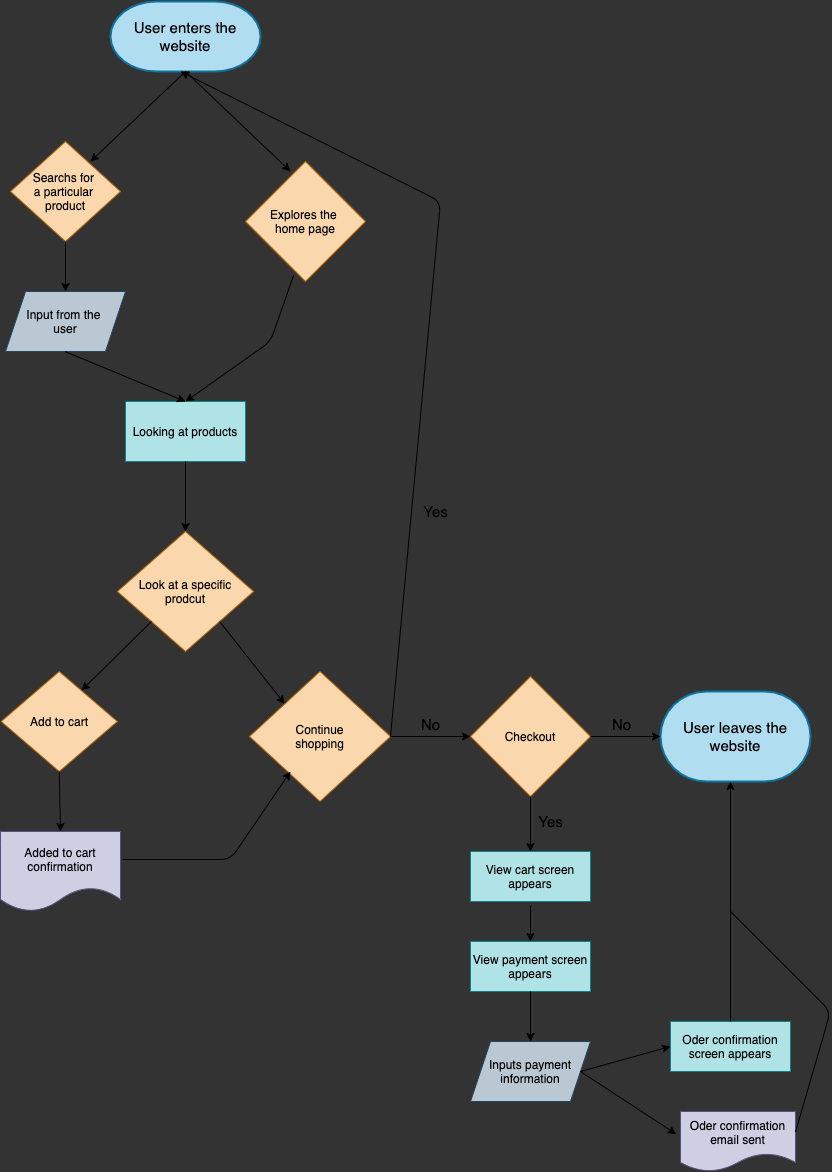
Before: explore/diagramming/diagram.drawio.png, a diagram exported from draw.io (patibrewala/fa21-cse110-lab4). Source tidied: cells renumbered, new cells last; positions are measured from the earlier drawing's top-left corner, leaving out a move shared by most shapes.
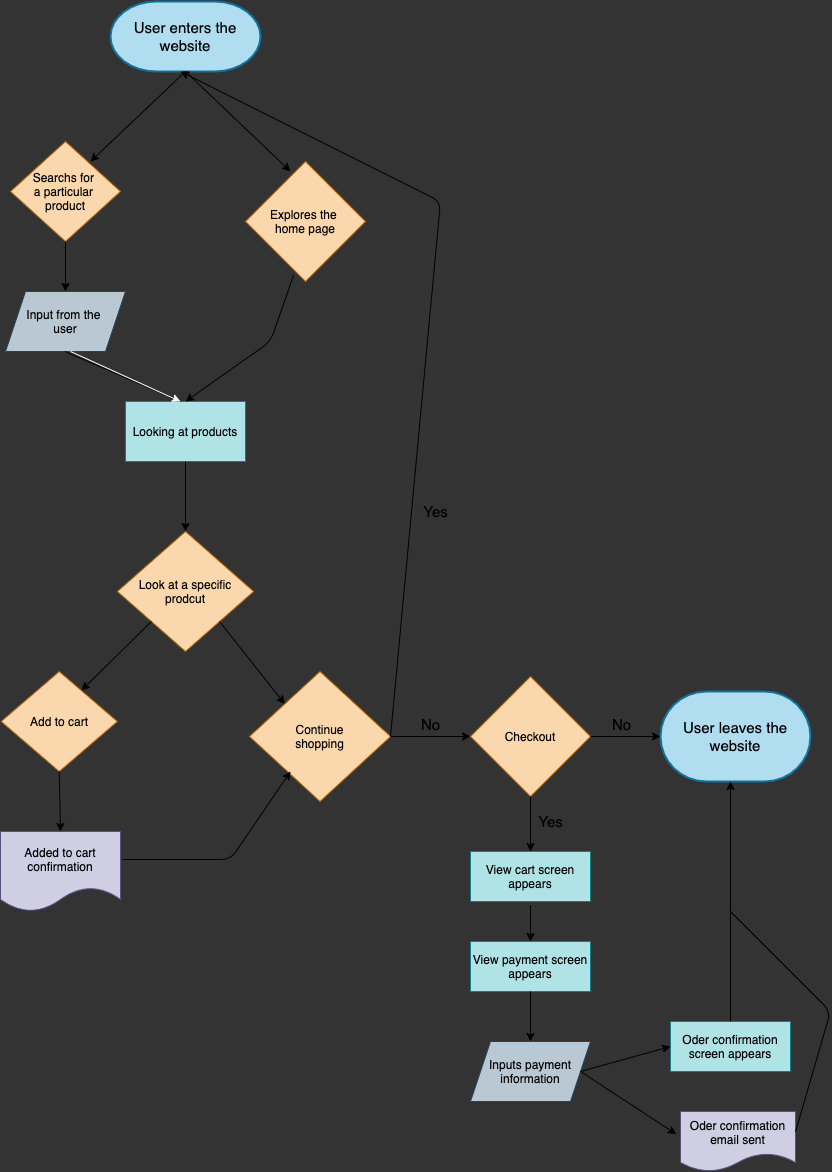
The same diagram one commit later.

The edit, as a diff of the source:
```diff
@@ -151,10 +151,17 @@
     <mxCell id="40" value="Yes" style="text;html=1;align=center;verticalAlign=middle;strokeColor=none;fontSize=15;" parent="1" vertex="1">
       <mxGeometry x="530" y="810" width="40" height="20" as="geometry" />
     </mxCell>
-    <mxCell id="41" style="endArrow=classic;html=1;exitX=0.5;exitY=1;exitDx=0;exitDy=0;entryX=0.5;entryY=0;entryDx=0;entryDy=0;labelBackgroundColor=#ffffff;strokeColor=#000000;" parent="1" edge="1" target="9">
+    <mxCell id="41" style="endArrow=classic;html=1;exitX=0.5;exitY=1;exitDx=0;exitDy=0;labelBackgroundColor=#ffffff;strokeColor=#000000;" parent="1" edge="1">
       <mxGeometry relative="1" as="geometry">
         <mxPoint x="64.5" y="350" as="sourcePoint" />
+        <mxPoint x="180" y="400" as="targetPoint" />
       </mxGeometry>
     </mxCell>
+    <mxCell id="42" style="endArrow=classic;html=1;labelBackgroundColor=#000000;fontSize=15;fontColor=#f0f0f0;strokeColor=#FFFFFF;" parent="1" edge="1">
+      <mxGeometry relative="1" as="geometry">
+        <mxPoint x="70" y="350" as="sourcePoint" />
+        <mxPoint x="180" y="400" as="targetPoint" />
+      </mxGeometry>
+    </mxCell>
   </root>
 </mxGraphModel>
```
